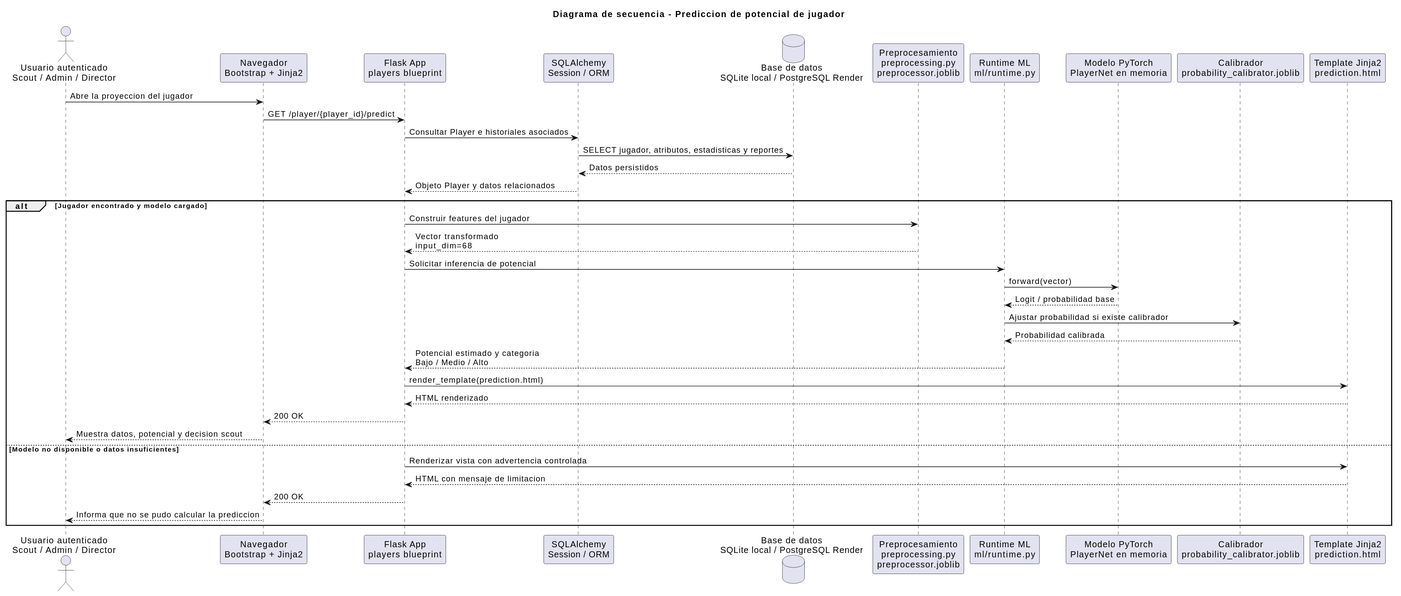
Earlier version of the PlantUML export docs/diagramas/export/01_secuencia_prediccion.svg (indio21/TPScouting). Source of this version:
```plantuml
@startuml
title Diagrama de secuencia - Prediccion de potencial de jugador

actor "Usuario autenticado\nScout / Admin / Director" as Usuario
participant "Navegador\nBootstrap + Jinja2" as Browser
participant "Flask App\nplayers blueprint" as Flask
participant "SQLAlchemy\nSession / ORM" as ORM
database "Base de datos\nSQLite local / PostgreSQL Render" as DB
participant "Preprocesamiento\npreprocessing.py\npreprocessor.joblib" as Prep
participant "Runtime ML\nml/runtime.py" as Runtime
participant "Modelo PyTorch\nPlayerNet en memoria" as Model
participant "Calibrador\nprobability_calibrator.joblib" as Calibrator
participant "Template Jinja2\nprediction.html" as View

Usuario -> Browser: Abre la proyeccion del jugador
Browser -> Flask: GET /player/{player_id}/predict

Flask -> ORM: Consultar Player e historiales asociados
ORM -> DB: SELECT jugador, atributos, estadisticas y reportes
DB --> ORM: Datos persistidos
ORM --> Flask: Objeto Player y datos relacionados

alt Jugador encontrado y modelo cargado
    Flask -> Prep: Construir features del jugador
    Prep --> Flask: Vector transformado\ninput_dim=68
    Flask -> Runtime: Solicitar inferencia de potencial
    Runtime -> Model: forward(vector)
    Model --> Runtime: Logit / probabilidad base
    Runtime -> Calibrator: Ajustar probabilidad si existe calibrador
    Calibrator --> Runtime: Probabilidad calibrada
    Runtime --> Flask: Potencial estimado y categoria\nBajo / Medio / Alto
    Flask -> View: render_template(prediction.html)
    View --> Flask: HTML renderizado
    Flask --> Browser: 200 OK
    Browser --> Usuario: Muestra datos, potencial y decision scout
else Modelo no disponible o datos insuficientes
    Flask -> View: Renderizar vista con advertencia controlada
    View --> Flask: HTML con mensaje de limitacion
    Flask --> Browser: 200 OK
    Browser --> Usuario: Informa que no se pudo calcular la prediccion
end
@enduml
```
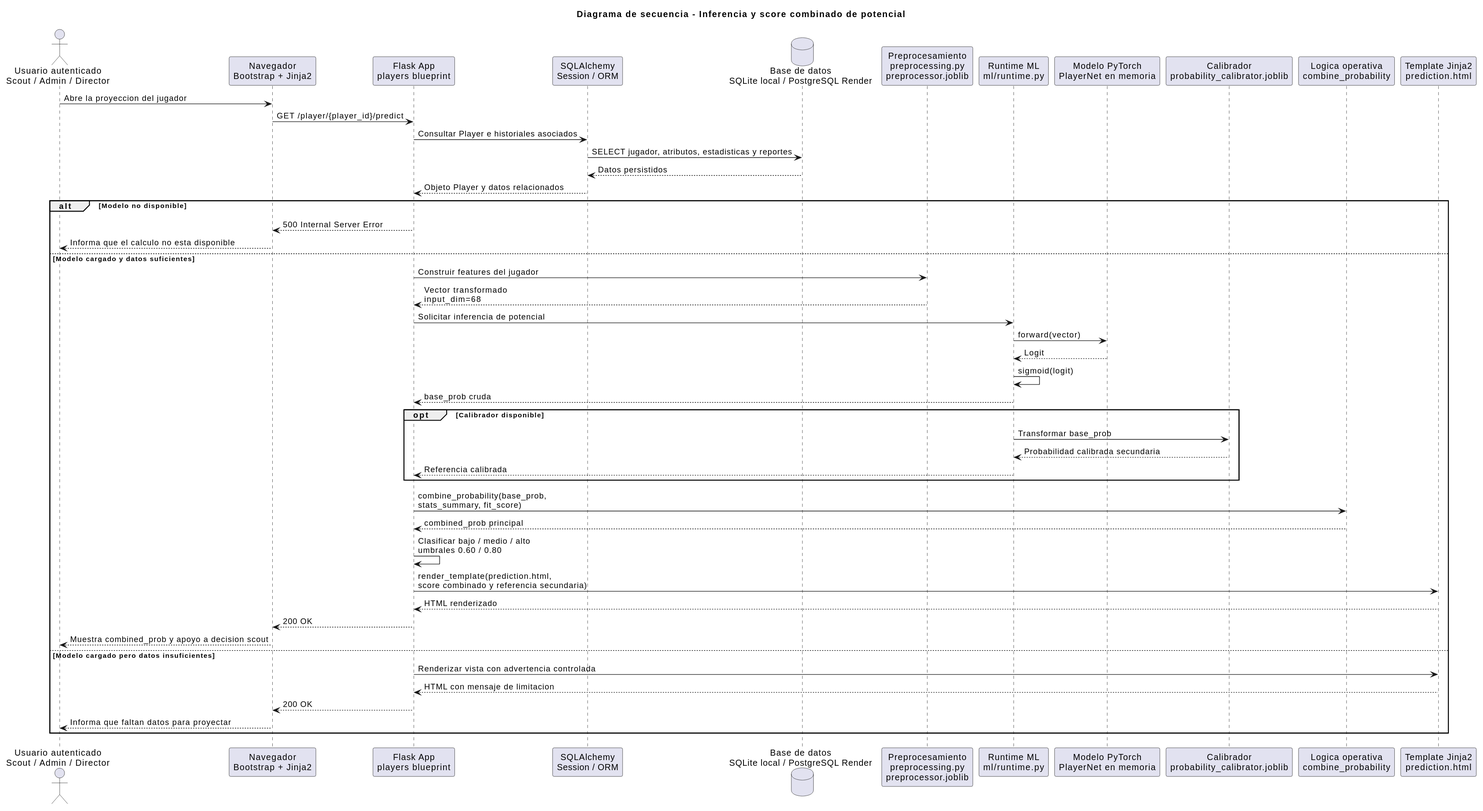
The same file after the commit.

The edit, as a diff of the source:
```diff
@@ -1,5 +1,5 @@
 @startuml
-title Diagrama de secuencia - Prediccion de potencial de jugador
+title Diagrama de secuencia - Inferencia y score combinado de potencial
 
 actor "Usuario autenticado\nScout / Admin / Director" as Usuario
 participant "Navegador\nBootstrap + Jinja2" as Browser
@@ -10,6 +10,7 @@
 participant "Runtime ML\nml/runtime.py" as Runtime
 participant "Modelo PyTorch\nPlayerNet en memoria" as Model
 participant "Calibrador\nprobability_calibrator.joblib" as Calibrator
+participant "Logica operativa\ncombine_probability" as Logic
 participant "Template Jinja2\nprediction.html" as View
 
 Usuario -> Browser: Abre la proyeccion del jugador
@@ -20,23 +21,33 @@
 DB --> ORM: Datos persistidos
 ORM --> Flask: Objeto Player y datos relacionados
 
-alt Jugador encontrado y modelo cargado
+alt Modelo no disponible
+    Flask --> Browser: 500 Internal Server Error
+    Browser --> Usuario: Informa que el calculo no esta disponible
+else Modelo cargado y datos suficientes
     Flask -> Prep: Construir features del jugador
     Prep --> Flask: Vector transformado\ninput_dim=68
     Flask -> Runtime: Solicitar inferencia de potencial
     Runtime -> Model: forward(vector)
-    Model --> Runtime: Logit / probabilidad base
-    Runtime -> Calibrator: Ajustar probabilidad si existe calibrador
-    Calibrator --> Runtime: Probabilidad calibrada
-    Runtime --> Flask: Potencial estimado y categoria\nBajo / Medio / Alto
-    Flask -> View: render_template(prediction.html)
+    Model --> Runtime: Logit
+    Runtime -> Runtime: sigmoid(logit)
+    Runtime --> Flask: base_prob cruda
+    opt Calibrador disponible
+        Runtime -> Calibrator: Transformar base_prob
+        Calibrator --> Runtime: Probabilidad calibrada secundaria
+        Runtime --> Flask: Referencia calibrada
+    end
+    Flask -> Logic: combine_probability(base_prob,\nstats_summary, fit_score)
+    Logic --> Flask: combined_prob principal
+    Flask -> Flask: Clasificar bajo / medio / alto\numbrales 0.60 / 0.80
+    Flask -> View: render_template(prediction.html,\nscore combinado y referencia secundaria)
     View --> Flask: HTML renderizado
     Flask --> Browser: 200 OK
-    Browser --> Usuario: Muestra datos, potencial y decision scout
-else Modelo no disponible o datos insuficientes
+    Browser --> Usuario: Muestra combined_prob y apoyo a decision scout
+else Modelo cargado pero datos insuficientes
     Flask -> View: Renderizar vista con advertencia controlada
     View --> Flask: HTML con mensaje de limitacion
     Flask --> Browser: 200 OK
-    Browser --> Usuario: Informa que no se pudo calcular la prediccion
+    Browser --> Usuario: Informa que faltan datos para proyectar
 end
 @enduml
```
